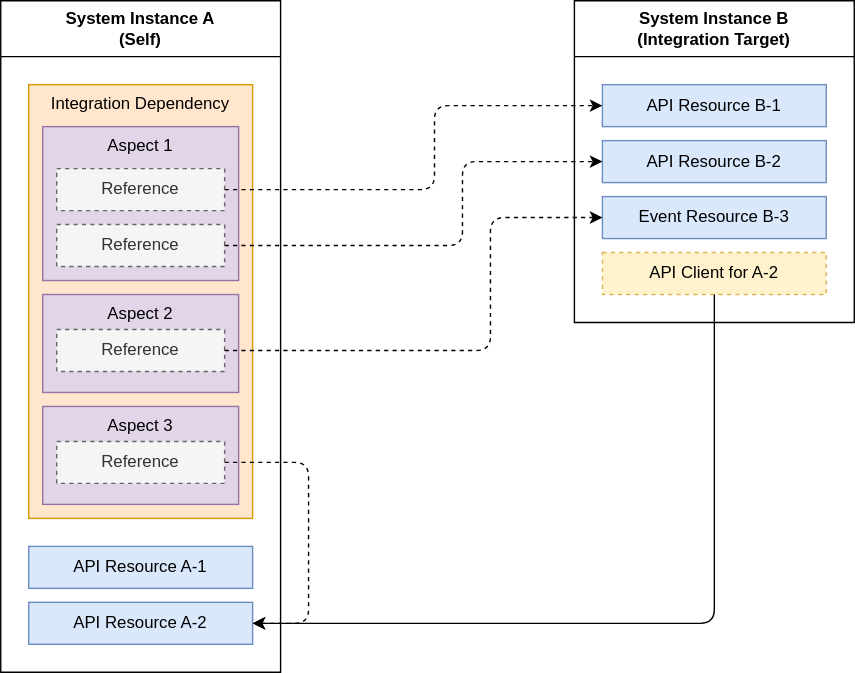
Before: static/img/integration-dependency.drawio.svg, a diagram exported from draw.io (SAP/open-resource-discovery). Source tidied: cells renumbered, new cells last; positions are measured from the earlier drawing's top-left corner, leaving out a move shared by most shapes. Source of this version:
```xml
<mxGraphModel>
  <root>
    <mxCell id="0" />
    <mxCell id="1" parent="0" />
    <mxCell id="2" value="System Instance A&lt;br&gt;(Self)" style="swimlane;whiteSpace=wrap;html=1;startSize=40;" parent="1" vertex="1">
      <mxGeometry width="200" height="480" as="geometry" />
    </mxCell>
    <mxCell id="3" value="API Resource A-1" style="rounded=0;whiteSpace=wrap;html=1;fillColor=#dae8fc;strokeColor=#6c8ebf;" parent="2" vertex="1">
      <mxGeometry x="20" y="390" width="160" height="30" as="geometry" />
    </mxCell>
    <mxCell id="4" value="API Resource A-2" style="rounded=0;whiteSpace=wrap;html=1;fillColor=#dae8fc;strokeColor=#6c8ebf;" parent="2" vertex="1">
      <mxGeometry x="20" y="430" width="160" height="30" as="geometry" />
    </mxCell>
    <mxCell id="5" value="Integration Dependency" style="rounded=0;whiteSpace=wrap;html=1;verticalAlign=top;fillColor=#ffe6cc;strokeColor=#d79b00;" parent="2" vertex="1">
      <mxGeometry x="20" y="60" width="160" height="310" as="geometry" />
    </mxCell>
    <mxCell id="6" value="Aspect 1" style="rounded=0;whiteSpace=wrap;html=1;verticalAlign=top;fillColor=#e1d5e7;strokeColor=#9673a6;" parent="2" vertex="1">
      <mxGeometry x="30" y="90" width="140" height="110" as="geometry" />
    </mxCell>
    <mxCell id="7" value="Aspect 2" style="rounded=0;whiteSpace=wrap;html=1;verticalAlign=top;fillColor=#e1d5e7;strokeColor=#9673a6;" parent="2" vertex="1">
      <mxGeometry x="30" y="210" width="140" height="70" as="geometry" />
    </mxCell>
    <mxCell id="8" value="Reference" style="rounded=0;whiteSpace=wrap;html=1;dashed=1;fillColor=#f5f5f5;strokeColor=#666666;fontColor=#333333;" parent="2" vertex="1">
      <mxGeometry x="40" y="120" width="120" height="30" as="geometry" />
    </mxCell>
    <mxCell id="9" value="Reference" style="rounded=0;whiteSpace=wrap;html=1;dashed=1;fillColor=#f5f5f5;strokeColor=#666666;fontColor=#333333;" parent="2" vertex="1">
      <mxGeometry x="40" y="160" width="120" height="30" as="geometry" />
    </mxCell>
    <mxCell id="10" value="Reference" style="rounded=0;whiteSpace=wrap;html=1;dashed=1;fillColor=#f5f5f5;strokeColor=#666666;fontColor=#333333;" parent="2" vertex="1">
      <mxGeometry x="40" y="235" width="120" height="30" as="geometry" />
    </mxCell>
    <mxCell id="11" value="Aspect 3" style="rounded=0;whiteSpace=wrap;html=1;verticalAlign=top;fillColor=#e1d5e7;strokeColor=#9673a6;" parent="2" vertex="1">
      <mxGeometry x="30" y="290" width="140" height="70" as="geometry" />
    </mxCell>
    <mxCell id="12" style="edgeStyle=none;html=1;entryX=1;entryY=0.5;entryDx=0;entryDy=0;dashed=1;" parent="2" edge="1" source="13" target="4">
      <mxGeometry relative="1" as="geometry">
        <Array as="points">
          <mxPoint x="220" y="330" />
          <mxPoint x="220" y="445" />
        </Array>
      </mxGeometry>
    </mxCell>
    <mxCell id="13" value="Reference" style="rounded=0;whiteSpace=wrap;html=1;dashed=1;fillColor=#f5f5f5;strokeColor=#666666;fontColor=#333333;" parent="2" vertex="1">
      <mxGeometry x="40" y="315" width="120" height="30" as="geometry" />
    </mxCell>
    <mxCell id="14" value="System Instance B &lt;br&gt;(Integration Target)" style="swimlane;whiteSpace=wrap;html=1;startSize=40;" parent="1" vertex="1">
      <mxGeometry x="410" width="200" height="230" as="geometry" />
    </mxCell>
    <mxCell id="15" value="API Resource B-1" style="rounded=0;whiteSpace=wrap;html=1;fillColor=#dae8fc;strokeColor=#6c8ebf;" parent="14" vertex="1">
      <mxGeometry x="20" y="60" width="160" height="30" as="geometry" />
    </mxCell>
    <mxCell id="16" value="API Resource B-2" style="rounded=0;whiteSpace=wrap;html=1;fillColor=#dae8fc;strokeColor=#6c8ebf;" parent="14" vertex="1">
      <mxGeometry x="20" y="100" width="160" height="30" as="geometry" />
    </mxCell>
    <mxCell id="17" value="Event Resource B-3" style="rounded=0;whiteSpace=wrap;html=1;fillColor=#dae8fc;strokeColor=#6c8ebf;" parent="14" vertex="1">
      <mxGeometry x="20" y="140" width="160" height="30" as="geometry" />
    </mxCell>
    <mxCell id="18" value="API Client for A-2" style="rounded=0;whiteSpace=wrap;html=1;fillColor=#fff2cc;strokeColor=#d6b656;dashed=1;" parent="14" vertex="1">
      <mxGeometry x="20" y="180" width="160" height="30" as="geometry" />
    </mxCell>
    <mxCell id="19" style="edgeStyle=none;html=1;entryX=0;entryY=0.5;entryDx=0;entryDy=0;dashed=1;" parent="1" edge="1" source="8" target="15">
      <mxGeometry relative="1" as="geometry">
        <Array as="points">
          <mxPoint x="310" y="135" />
          <mxPoint x="310" y="75" />
        </Array>
      </mxGeometry>
    </mxCell>
    <mxCell id="20" style="edgeStyle=none;html=1;entryX=0;entryY=0.5;entryDx=0;entryDy=0;dashed=1;" parent="1" edge="1" source="9" target="16">
      <mxGeometry relative="1" as="geometry">
        <Array as="points">
          <mxPoint x="330" y="175" />
          <mxPoint x="330" y="115" />
        </Array>
      </mxGeometry>
    </mxCell>
    <mxCell id="21" style="edgeStyle=none;html=1;entryX=0;entryY=0.5;entryDx=0;entryDy=0;dashed=1;" parent="1" edge="1" source="10" target="17">
      <mxGeometry relative="1" as="geometry">
        <Array as="points">
          <mxPoint x="350" y="250" />
          <mxPoint x="350" y="155" />
        </Array>
      </mxGeometry>
    </mxCell>
    <mxCell id="22" style="edgeStyle=none;html=1;entryX=1;entryY=0.5;entryDx=0;entryDy=0;" parent="1" edge="1" source="18" target="4">
      <mxGeometry relative="1" as="geometry">
        <Array as="points">
          <mxPoint x="510" y="445" />
        </Array>
      </mxGeometry>
    </mxCell>
  </root>
</mxGraphModel>
```
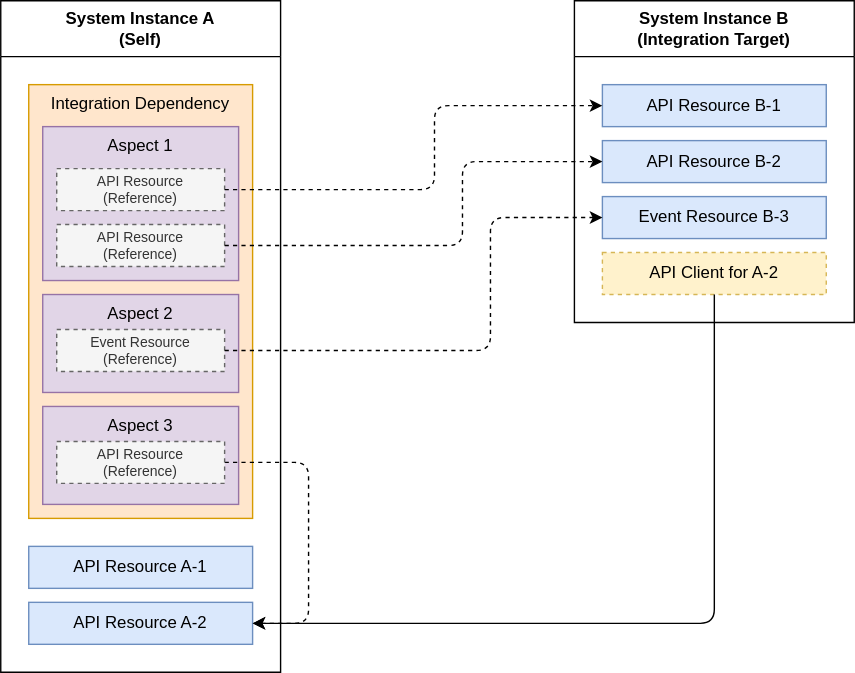
The same diagram one commit later.

What changed in the source:
```diff
@@ -20,13 +20,13 @@
     <mxCell id="7" value="Aspect 2" style="rounded=0;whiteSpace=wrap;html=1;verticalAlign=top;fillColor=#e1d5e7;strokeColor=#9673a6;" parent="2" vertex="1">
       <mxGeometry x="30" y="210" width="140" height="70" as="geometry" />
     </mxCell>
-    <mxCell id="8" value="Reference" style="rounded=0;whiteSpace=wrap;html=1;dashed=1;fillColor=#f5f5f5;strokeColor=#666666;fontColor=#333333;" parent="2" vertex="1">
+    <mxCell id="8" value="API Resource&amp;nbsp;&lt;br style=&quot;font-size: 10px;&quot;&gt;(Reference)" style="rounded=0;whiteSpace=wrap;html=1;dashed=1;fillColor=#f5f5f5;strokeColor=#666666;fontColor=#333333;fontSize=10;" parent="2" vertex="1">
       <mxGeometry x="40" y="120" width="120" height="30" as="geometry" />
     </mxCell>
-    <mxCell id="9" value="Reference" style="rounded=0;whiteSpace=wrap;html=1;dashed=1;fillColor=#f5f5f5;strokeColor=#666666;fontColor=#333333;" parent="2" vertex="1">
+    <mxCell id="9" value="API Resource&amp;nbsp;&lt;br style=&quot;border-color: var(--border-color); font-size: 10px;&quot;&gt;(Reference)" style="rounded=0;whiteSpace=wrap;html=1;dashed=1;fillColor=#f5f5f5;strokeColor=#666666;fontColor=#333333;fontSize=10;" parent="2" vertex="1">
       <mxGeometry x="40" y="160" width="120" height="30" as="geometry" />
     </mxCell>
-    <mxCell id="10" value="Reference" style="rounded=0;whiteSpace=wrap;html=1;dashed=1;fillColor=#f5f5f5;strokeColor=#666666;fontColor=#333333;" parent="2" vertex="1">
+    <mxCell id="10" value="Event Resource (Reference)" style="rounded=0;whiteSpace=wrap;html=1;dashed=1;fillColor=#f5f5f5;strokeColor=#666666;fontColor=#333333;fontSize=10;" parent="2" vertex="1">
       <mxGeometry x="40" y="235" width="120" height="30" as="geometry" />
     </mxCell>
     <mxCell id="11" value="Aspect 3" style="rounded=0;whiteSpace=wrap;html=1;verticalAlign=top;fillColor=#e1d5e7;strokeColor=#9673a6;" parent="2" vertex="1">
@@ -40,7 +40,7 @@
         </Array>
       </mxGeometry>
     </mxCell>
-    <mxCell id="13" value="Reference" style="rounded=0;whiteSpace=wrap;html=1;dashed=1;fillColor=#f5f5f5;strokeColor=#666666;fontColor=#333333;" parent="2" vertex="1">
+    <mxCell id="13" value="API Resource&amp;nbsp;&lt;br style=&quot;border-color: var(--border-color); font-size: 10px;&quot;&gt;(Reference)" style="rounded=0;whiteSpace=wrap;html=1;dashed=1;fillColor=#f5f5f5;strokeColor=#666666;fontColor=#333333;fontSize=10;" parent="2" vertex="1">
       <mxGeometry x="40" y="315" width="120" height="30" as="geometry" />
     </mxCell>
     <mxCell id="14" value="System Instance B &lt;br&gt;(Integration Target)" style="swimlane;whiteSpace=wrap;html=1;startSize=40;" parent="1" vertex="1">
```
